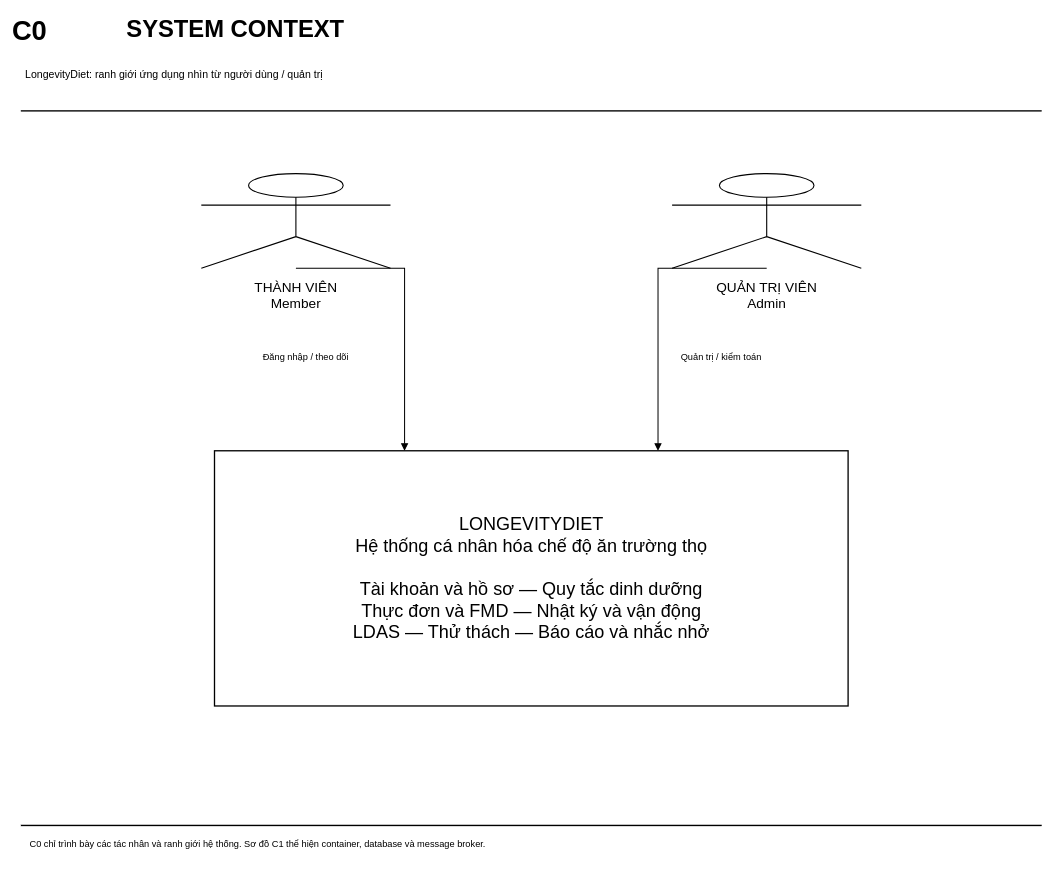
Above: docs/assignment/one-page/C0.drawio in YAHsaveme/FPTUSE_LongevityDiet (draw.io), before the change. Source tidied: cells renumbered, new cells numbered last; positions are measured from the earlier drawing's top-left corner, leaving out a move shared by most shapes. Both pictures are drawn from the tidied source at 44%, with x=0, y=0 at pixel (7, 7).
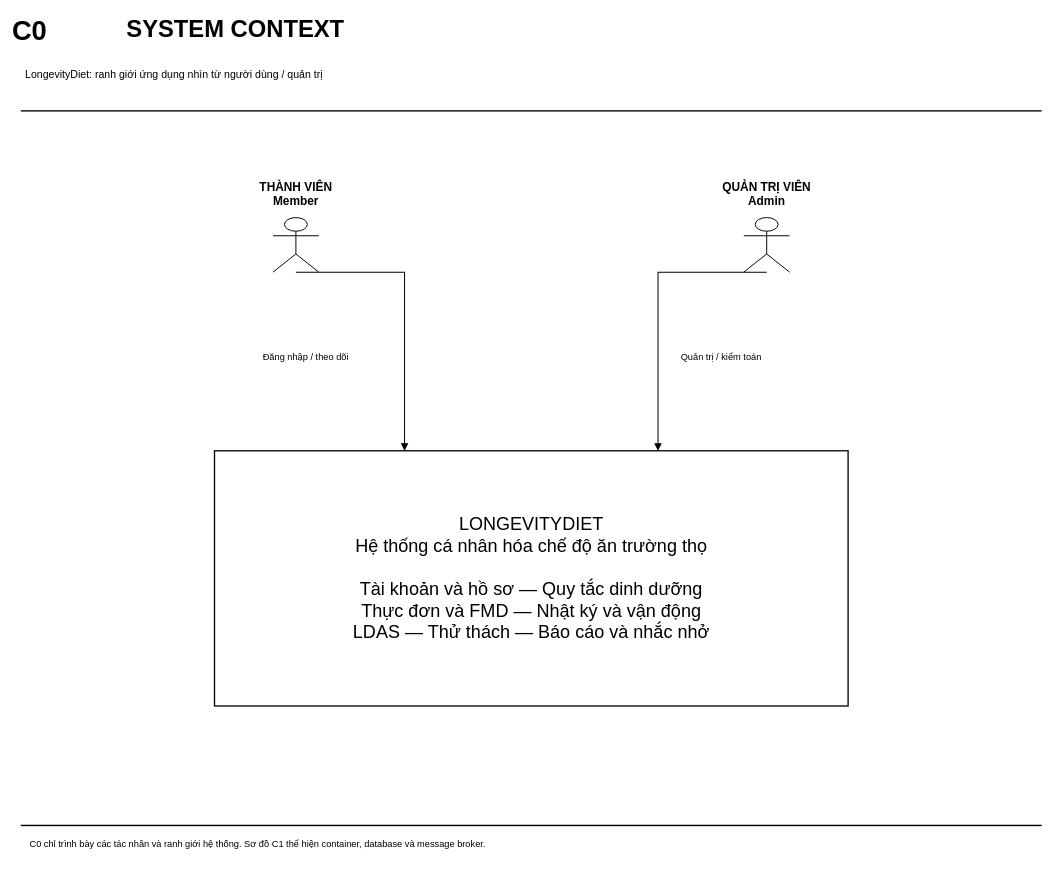
The same page after the edit.

Diff of the diagram source:
```diff
@@
 <mxGraphModel>
   <root>
     <mxCell id="0" />
     <mxCell id="1" parent="0" />
     <mxCell id="2" style="html=1;whiteSpace=wrap;rounded=0;strokeColor=#000000;strokeWidth=1.8;fillColor=#FFFFFF;fontColor=#000000;fontFamily=Arial;fontSize=27;align=center;verticalAlign=middle;spacing=10;fillColor=#000000;strokeWidth=0;" parent="1" vertex="1">
       <mxGeometry x="30" y="233" width="2320" height="3" as="geometry" />
     </mxCell>
     <mxCell id="3" style="html=1;whiteSpace=wrap;rounded=0;strokeColor=#000000;strokeWidth=1.8;fillColor=#FFFFFF;fontColor=#000000;fontFamily=Arial;fontSize=27;align=center;verticalAlign=middle;spacing=10;fillColor=#000000;strokeWidth=0;" parent="1" vertex="1">
       <mxGeometry x="30" y="1857" width="2320" height="3" as="geometry" />
     </mxCell>
     <mxCell id="4" style="edgeStyle=segmentEdgeStyle;orthogonal=1;rounded=0;html=1;strokeColor=#000000;strokeWidth=2.3;startArrow=none;endArrow=block;endFill=1;endSize=11;exitX=0.5;exitY=1;exitPerimeter=0;entryX=0.3;entryY=0;entryPerimeter=0;" parent="1" edge="1" source="9" target="11">
       <mxGeometry relative="1" as="geometry" />
     </mxCell>
     <mxCell id="5" style="edgeStyle=segmentEdgeStyle;orthogonal=1;rounded=0;html=1;strokeColor=#000000;strokeWidth=2.3;startArrow=none;endArrow=block;endFill=1;endSize=11;exitX=0.5;exitY=1;exitPerimeter=0;entryX=0.7;entryY=0;entryPerimeter=0;" parent="1" edge="1" source="10" target="11">
       <mxGeometry relative="1" as="geometry" />
     </mxCell>
     <mxCell id="6" value="C0" style="html=1;whiteSpace=wrap;rounded=0;strokeColor=#000000;strokeWidth=1.8;fillColor=#FFFFFF;fontColor=#000000;fontFamily=Arial;fontSize=62;align=center;verticalAlign=middle;spacing=10;fontStyle=1;text;strokeColor=none;fillColor=none;align=left;" parent="1" vertex="1">
       <mxGeometry y="2" width="240" height="100" as="geometry" />
     </mxCell>
     <mxCell id="7" value="SYSTEM CONTEXT" style="html=1;whiteSpace=wrap;rounded=0;strokeColor=#000000;strokeWidth=1.8;fillColor=#FFFFFF;fontColor=#000000;fontFamily=Arial;fontSize=54;align=center;verticalAlign=middle;spacing=10;fontStyle=1;text;strokeColor=none;fillColor=none;align=left;" parent="1" vertex="1">
       <mxGeometry x="260" width="2120" height="96" as="geometry" />
     </mxCell>
     <mxCell id="8" value="LongevityDiet: ranh giới ứng dụng nhìn từ người dùng / quản trị" style="html=1;whiteSpace=wrap;rounded=0;strokeColor=#000000;strokeWidth=1.8;fillColor=#FFFFFF;fontColor=#000000;fontFamily=Arial;fontSize=24;align=center;verticalAlign=middle;spacing=10;text;strokeColor=none;fillColor=none;align=left;" parent="1" vertex="1">
       <mxGeometry x="30" y="123" width="2320" height="75" as="geometry" />
     </mxCell>
+    <mxCell id="15" value="THÀNH VIÊN&lt;br/&gt;Member" style="html=1;whiteSpace=wrap;rounded=0;strokeColor=#000000;strokeWidth=1.8;fillColor=#FFFFFF;fontColor=#000000;fontFamily=Arial;fontSize=27;align=center;verticalAlign=middle;spacing=10;fontStyle=1;text;strokeColor=none;fillColor=none;align=center;" parent="1" vertex="1">
+      <mxGeometry x="440" y="377" width="430" height="55" as="geometry" />
+    </mxCell>
-    <mxCell id="9" value="THÀNH VIÊN&lt;br/&gt;Member" style="html=1;whiteSpace=wrap;rounded=0;strokeColor=#000000;strokeWidth=2.5;fillColor=#FFFFFF;fontColor=#000000;fontFamily=Arial;fontSize=31;align=center;verticalAlign=middle;spacing=10;shape=umlActor;labelPosition=center;verticalLabelPosition=bottom;verticalAlign=top;spacingTop=10;" parent="1" vertex="1">
-      <mxGeometry x="440" y="377" width="430" height="215" as="geometry" />
+    <mxCell id="9" style="html=1;whiteSpace=wrap;rounded=0;strokeColor=#000000;strokeWidth=2.2;fillColor=#FFFFFF;fontColor=#000000;fontFamily=Arial;fontSize=20;align=center;verticalAlign=middle;spacing=10;shape=umlActor;labelPosition=center;verticalLabelPosition=bottom;verticalAlign=top;spacingTop=10;" parent="1" vertex="1">
+      <mxGeometry x="603" y="477" width="104" height="124" as="geometry" />
     </mxCell>
+    <mxCell id="16" value="QUẢN TRỊ VIÊN&lt;br/&gt;Admin" style="html=1;whiteSpace=wrap;rounded=0;strokeColor=#000000;strokeWidth=1.8;fillColor=#FFFFFF;fontColor=#000000;fontFamily=Arial;fontSize=27;align=center;verticalAlign=middle;spacing=10;fontStyle=1;text;strokeColor=none;fillColor=none;align=center;" parent="1" vertex="1">
+      <mxGeometry x="1510" y="377" width="430" height="55" as="geometry" />
+    </mxCell>
-    <mxCell id="10" value="QUẢN TRỊ VIÊN&lt;br/&gt;Admin" style="html=1;whiteSpace=wrap;rounded=0;strokeColor=#000000;strokeWidth=2.5;fillColor=#FFFFFF;fontColor=#000000;fontFamily=Arial;fontSize=31;align=center;verticalAlign=middle;spacing=10;shape=umlActor;labelPosition=center;verticalLabelPosition=bottom;verticalAlign=top;spacingTop=10;" parent="1" vertex="1">
-      <mxGeometry x="1510" y="377" width="430" height="215" as="geometry" />
+    <mxCell id="10" style="html=1;whiteSpace=wrap;rounded=0;strokeColor=#000000;strokeWidth=2.2;fillColor=#FFFFFF;fontColor=#000000;fontFamily=Arial;fontSize=20;align=center;verticalAlign=middle;spacing=10;shape=umlActor;labelPosition=center;verticalLabelPosition=bottom;verticalAlign=top;spacingTop=10;" parent="1" vertex="1">
+      <mxGeometry x="1673" y="477" width="104" height="124" as="geometry" />
     </mxCell>
     <mxCell id="11" value="LONGEVITYDIET&lt;br/&gt;Hệ thống cá nhân hóa chế độ ăn trường thọ&lt;br/&gt;&lt;br/&gt;Tài khoản và hồ sơ — Quy tắc dinh dưỡng&lt;br/&gt;Thực đơn và FMD — Nhật ký và vận động&lt;br/&gt;LDAS — Thử thách — Báo cáo và nhắc nhở" style="html=1;whiteSpace=wrap;rounded=0;strokeColor=#000000;strokeWidth=3;fillColor=#FFFFFF;fontColor=#000000;fontFamily=Arial;fontSize=41;align=center;verticalAlign=middle;spacing=10;" parent="1" vertex="1">
       <mxGeometry x="470" y="1007" width="1440" height="580" as="geometry" />
     </mxCell>
     <mxCell id="12" value="Đăng nhập / theo dõi" style="html=1;whiteSpace=wrap;rounded=0;strokeColor=#000000;strokeWidth=1.8;fillColor=#FFFFFF;fontColor=#000000;fontFamily=Arial;fontSize=21;align=center;verticalAlign=middle;spacing=10;text;strokeColor=none;fillColor=none;align=left;" parent="1" vertex="1">
       <mxGeometry x="570" y="767" width="300" height="45" as="geometry" />
     </mxCell>
     <mxCell id="13" value="Quản trị / kiểm toán" style="html=1;whiteSpace=wrap;rounded=0;strokeColor=#000000;strokeWidth=1.8;fillColor=#FFFFFF;fontColor=#000000;fontFamily=Arial;fontSize=21;align=center;verticalAlign=middle;spacing=10;text;strokeColor=none;fillColor=none;align=left;" parent="1" vertex="1">
       <mxGeometry x="1520" y="767" width="300" height="45" as="geometry" />
     </mxCell>
     <mxCell id="14" value="C0 chỉ trình bày các tác nhân và ranh giới hệ thống. Sơ đồ C1 thể hiện container, database và message broker." style="html=1;whiteSpace=wrap;rounded=0;strokeColor=#000000;strokeWidth=1.8;fillColor=#FFFFFF;fontColor=#000000;fontFamily=Arial;fontSize=21;align=center;verticalAlign=middle;spacing=10;text;strokeColor=none;fillColor=none;align=left;" parent="1" vertex="1">
       <mxGeometry x="40" y="1872" width="2300" height="90" as="geometry" />
     </mxCell>
   </root>
 </mxGraphModel>
```
